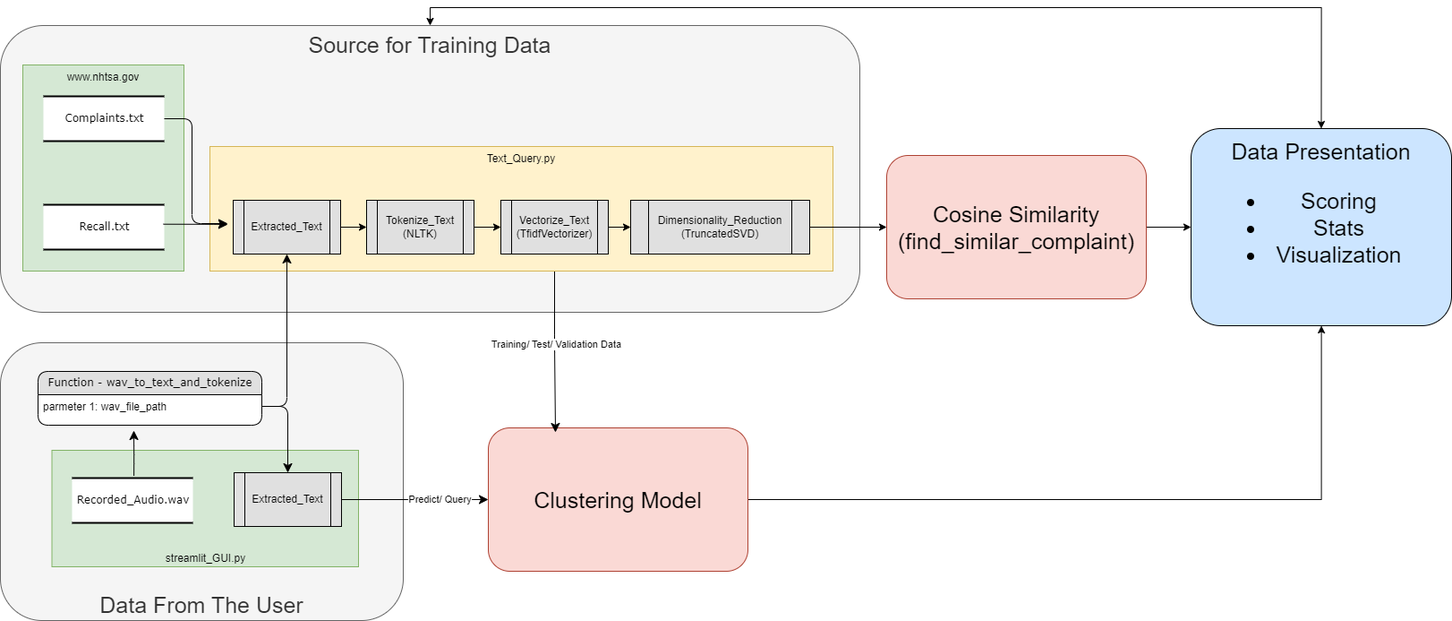
The draw.io diagram Resources/Project_Flow_Diagram.drawio.png in HJHUNT/SIADs_capstone_vehicle_complaints_and_recalls, before a commit. Source tidied: cells renumbered, new cells last; positions are measured from the earlier drawing's top-left corner, leaving out a move shared by most shapes.
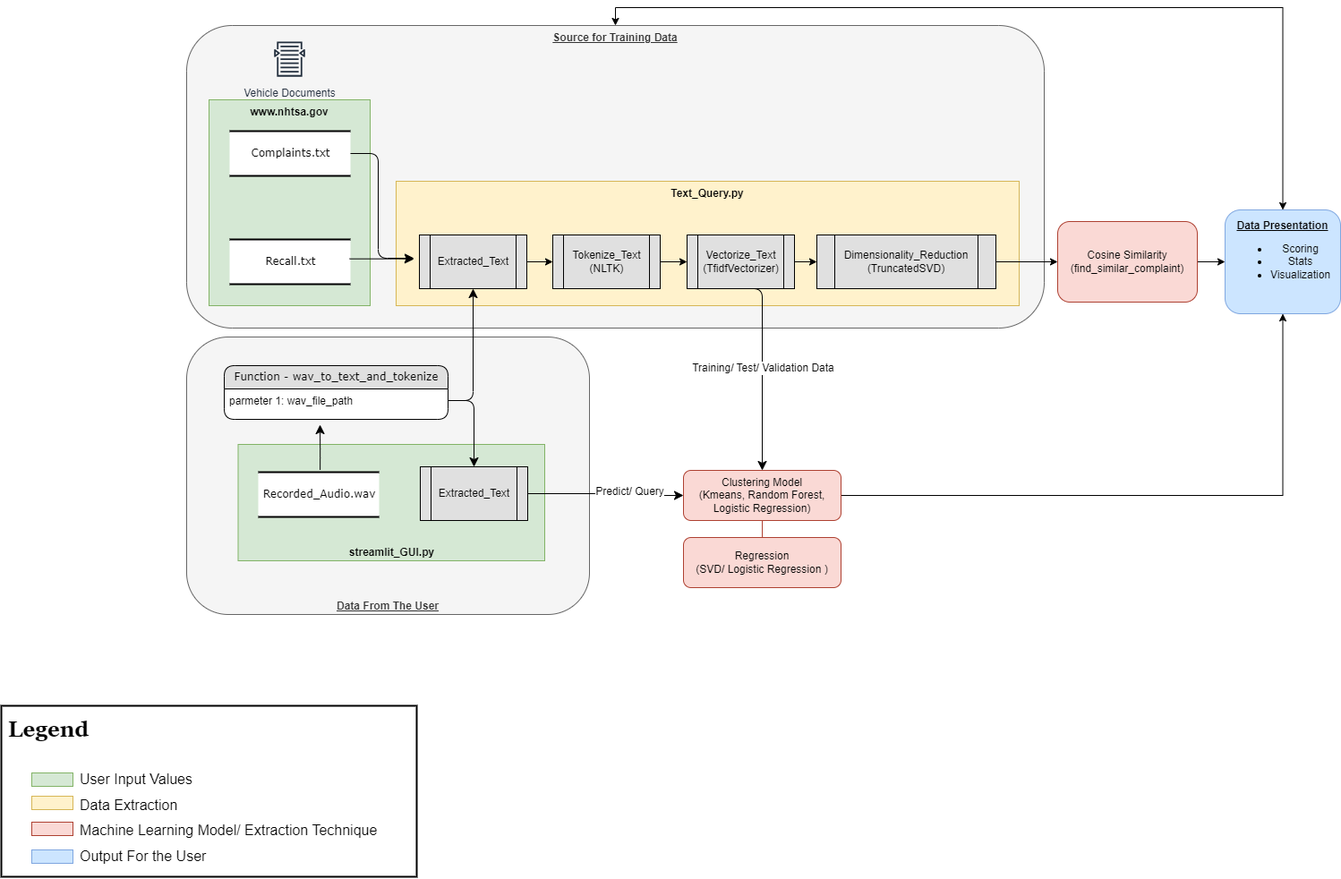
The same file after the commit.

Diff of the diagram source:
```diff
@@ -4,10 +4,10 @@
     <mxCell id="1" parent="0" />
-    <mxCell id="2" value="&lt;font style=&quot;font-size: 25px;&quot;&gt;Source for Training Data&lt;/font&gt;" style="rounded=1;whiteSpace=wrap;html=1;fillColor=#f5f5f5;fontColor=#333333;strokeColor=#666666;verticalAlign=top;" parent="1" vertex="1">
-      <mxGeometry width="960" height="320" as="geometry" />
+    <mxCell id="2" value="&lt;font style=&quot;font-size: 12px;&quot;&gt;&lt;b&gt;&lt;u&gt;Source for Training Data&lt;/u&gt;&lt;/b&gt;&lt;/font&gt;" style="rounded=1;whiteSpace=wrap;html=1;fillColor=#f5f5f5;fontColor=#333333;strokeColor=#666666;verticalAlign=top;" parent="1" vertex="1">
+      <mxGeometry x="1861" y="-88" width="958" height="338" as="geometry" />
     </mxCell>
-    <mxCell id="3" value="&lt;font style=&quot;font-size: 25px;&quot;&gt;Data From The User&lt;br&gt;&lt;/font&gt;" style="rounded=1;whiteSpace=wrap;html=1;fillColor=#f5f5f5;strokeColor=#666666;fontColor=#333333;verticalAlign=bottom;" parent="1" vertex="1">
-      <mxGeometry y="354" width="450" height="310" as="geometry" />
+    <mxCell id="3" value="&lt;font style=&quot;&quot;&gt;&lt;font style=&quot;font-size: 12px;&quot;&gt;&lt;b&gt;&lt;u&gt;Data From The User&lt;/u&gt;&lt;/b&gt;&lt;/font&gt;&lt;br&gt;&lt;/font&gt;" style="rounded=1;whiteSpace=wrap;html=1;fillColor=#f5f5f5;strokeColor=#666666;fontColor=#333333;verticalAlign=bottom;" parent="1" vertex="1">
+      <mxGeometry x="1861" y="260" width="450" height="310" as="geometry" />
     </mxCell>
     <mxCell id="4" value="Function -&amp;nbsp;wav_to_text_and_tokenize" style="swimlane;html=1;fontStyle=0;horizontal=1;startSize=26;fillColor=#e0e0e0;swimlaneFillColor=#ffffff;align=center;rounded=1;shadow=0;comic=0;labelBackgroundColor=none;strokeWidth=1;fontFamily=Verdana;fontSize=12;" parent="1" vertex="1">
-      <mxGeometry x="42" y="386" width="250" height="60" as="geometry" />
+      <mxGeometry x="1903" y="292" width="250" height="60" as="geometry" />
     </mxCell>
@@ -16,20 +16,10 @@
     </mxCell>
-    <mxCell id="6" style="edgeStyle=orthogonalEdgeStyle;rounded=0;jettySize=auto;html=1;" parent="1" edge="1" source="7" target="10">
-      <mxGeometry relative="1" as="geometry" />
-    </mxCell>
-    <mxCell id="7" value="&lt;font style=&quot;font-size: 25px;&quot;&gt;Clustering Model&lt;br&gt;&lt;/font&gt;" style="rounded=1;whiteSpace=wrap;html=1;fillColor=#fad9d5;strokeColor=#ae4132;" parent="1" vertex="1">
-      <mxGeometry x="545" y="449" width="290" height="160" as="geometry" />
-    </mxCell>
-    <mxCell id="8" style="edgeStyle=orthogonalEdgeStyle;html=1;labelBackgroundColor=none;startFill=0;startSize=8;endFill=1;endSize=8;fontFamily=Verdana;fontSize=12;exitX=0.5;exitY=1;exitDx=0;exitDy=0;" parent="1" edge="1" source="14">
-      <mxGeometry relative="1" as="geometry">
-        <mxPoint x="620" y="454" as="targetPoint" />
-      </mxGeometry>
-    </mxCell>
-    <mxCell id="9" value="Training/ Test/ Validation Data" style="edgeLabel;html=1;align=center;verticalAlign=middle;" parent="8" vertex="1">
-      <mxGeometry x="-0.01" y="-1" relative="1" as="geometry">
-        <mxPoint x="1" y="-1" as="offset" />
-      </mxGeometry>
-    </mxCell>
+    <mxCell id="36" style="edgeStyle=orthogonalEdgeStyle;rounded=0;jettySize=auto;html=1;" parent="1" edge="1" source="37" target="10">
+      <mxGeometry relative="1" as="geometry" />
+    </mxCell>
+    <mxCell id="37" value="&lt;font style=&quot;&quot;&gt;&lt;font style=&quot;font-size: 12px;&quot;&gt;Clustering Model&lt;br&gt;&lt;/font&gt;(Kmeans, Random Forest,&lt;/font&gt;&lt;div&gt;&lt;font style=&quot;&quot;&gt;Logistic Regression)&lt;br&gt;&lt;/font&gt;&lt;/div&gt;" style="rounded=1;whiteSpace=wrap;html=1;fillColor=#FAD9D5;strokeColor=#AE4132;" parent="1" vertex="1">
+      <mxGeometry x="2416" y="409" width="176" height="56" as="geometry" />
+    </mxCell>
-    <mxCell id="10" value="&lt;font style=&quot;font-size: 25px;&quot;&gt;Data Presentation&lt;br&gt;&lt;ul&gt;&lt;li&gt;&lt;font style=&quot;font-size: 25px;&quot;&gt;Scoring&lt;/font&gt;&lt;/li&gt;&lt;li&gt;&lt;font style=&quot;font-size: 25px;&quot;&gt;Stats&lt;/font&gt;&lt;/li&gt;&lt;li&gt;&lt;font style=&quot;font-size: 25px;&quot;&gt;Visualization&lt;/font&gt;&lt;/li&gt;&lt;/ul&gt;&lt;br&gt;&lt;/font&gt;" style="rounded=1;whiteSpace=wrap;html=1;fillColor=#CCE5FF;" parent="1" vertex="1">
-      <mxGeometry x="1330" y="115" width="291" height="220" as="geometry" />
+    <mxCell id="10" value="&lt;font style=&quot;font-size: 12px;&quot;&gt;&lt;b&gt;&lt;u&gt;Data Presentation&lt;/u&gt;&lt;/b&gt;&lt;br&gt;&lt;ul&gt;&lt;li&gt;&lt;font style=&quot;font-size: 12px;&quot;&gt;Scoring&lt;/font&gt;&lt;/li&gt;&lt;li&gt;&lt;font style=&quot;font-size: 12px;&quot;&gt;Stats&lt;/font&gt;&lt;/li&gt;&lt;li&gt;&lt;font style=&quot;font-size: 12px;&quot;&gt;Visualization&lt;/font&gt;&lt;/li&gt;&lt;/ul&gt;&lt;br&gt;&lt;/font&gt;" style="rounded=1;whiteSpace=wrap;html=1;fillColor=#CCE5FF;strokeColor=#7EA6E0;" parent="1" vertex="1">
+      <mxGeometry x="3021" y="118" width="129" height="116" as="geometry" />
     </mxCell>
@@ -38,4 +28,4 @@
     </mxCell>
-    <mxCell id="12" value="Text_Query.py" style="rounded=0;whiteSpace=wrap;html=1;verticalAlign=top;fillColor=#fff2cc;strokeColor=#d6b656;" parent="1" vertex="1">
-      <mxGeometry x="234" y="135" width="696" height="139" as="geometry" />
+    <mxCell id="12" value="&lt;b&gt;Text_Query.py&lt;/b&gt;" style="rounded=0;whiteSpace=wrap;html=1;verticalAlign=top;fillColor=#fff2cc;strokeColor=#D6B656;" parent="1" vertex="1">
+      <mxGeometry x="2095" y="86" width="696" height="139" as="geometry" />
     </mxCell>
@@ -45,58 +35,58 @@
     <mxCell id="14" value="Vectorize_Text&lt;br&gt;(TfidfVectorizer)" style="shape=process;whiteSpace=wrap;html=1;backgroundOutline=1;fillColor=#E0E0E0;" parent="1" vertex="1">
-      <mxGeometry x="559" y="195" width="120" height="60" as="geometry" />
+      <mxGeometry x="2420" y="146" width="120" height="60" as="geometry" />
     </mxCell>
-    <mxCell id="15" style="edgeStyle=orthogonalEdgeStyle;rounded=0;jettySize=auto;html=1;exitX=1;exitY=0.5;exitDx=0;exitDy=0;entryX=0;entryY=0.5;entryDx=0;entryDy=0;" parent="1" edge="1" source="16" target="30">
-      <mxGeometry relative="1" as="geometry" />
-    </mxCell>
-    <mxCell id="16" value="Extracted_Text" style="shape=process;whiteSpace=wrap;html=1;backgroundOutline=1;fillColor=#E0E0E0;" parent="1" vertex="1">
-      <mxGeometry x="260" y="195" width="120" height="60" as="geometry" />
-    </mxCell>
+    <mxCell id="38" style="edgeStyle=orthogonalEdgeStyle;rounded=0;jettySize=auto;html=1;exitX=1;exitY=0.5;exitDx=0;exitDy=0;entryX=0;entryY=0.5;entryDx=0;entryDy=0;" parent="1" edge="1" source="39" target="30">
+      <mxGeometry relative="1" as="geometry" />
+    </mxCell>
+    <mxCell id="39" value="Extracted_Text" style="shape=process;whiteSpace=wrap;html=1;backgroundOutline=1;fillColor=#E0E0E0;" parent="1" vertex="1">
+      <mxGeometry x="2121" y="146" width="120" height="60" as="geometry" />
+    </mxCell>
-    <mxCell id="17" value="www.nhtsa.gov" style="rounded=0;whiteSpace=wrap;html=1;verticalAlign=top;fillColor=#d5e8d4;strokeColor=#82b366;" parent="1" vertex="1">
-      <mxGeometry x="25" y="44" width="180" height="230" as="geometry" />
+    <mxCell id="17" value="&lt;b&gt;www.nhtsa.gov&lt;/b&gt;" style="rounded=0;whiteSpace=wrap;html=1;verticalAlign=top;fillColor=#d5e8d4;strokeColor=#82B366;" parent="1" vertex="1">
+      <mxGeometry x="1886" y="-5" width="180" height="230" as="geometry" />
     </mxCell>
     <mxCell id="18" value="Recall.txt" style="html=1;rounded=0;shadow=0;comic=0;labelBackgroundColor=none;strokeWidth=2;fontFamily=Verdana;fontSize=12;align=center;shape=mxgraph.ios7ui.horLines;" parent="1" vertex="1">
-      <mxGeometry x="48" y="200" width="135" height="50" as="geometry" />
+      <mxGeometry x="1909" y="151" width="135" height="50" as="geometry" />
     </mxCell>
     <mxCell id="19" value="Complaints.txt" style="html=1;rounded=0;shadow=0;comic=0;labelBackgroundColor=none;strokeWidth=2;fontFamily=Verdana;fontSize=12;align=center;shape=mxgraph.ios7ui.horLines;" parent="1" vertex="1">
-      <mxGeometry x="48" y="79" width="135" height="50" as="geometry" />
+      <mxGeometry x="1909" y="30" width="135" height="50" as="geometry" />
     </mxCell>
-    <mxCell id="20" style="edgeStyle=orthogonalEdgeStyle;html=1;labelBackgroundColor=none;startFill=0;startSize=8;endFill=1;endSize=8;fontFamily=Verdana;fontSize=12;" parent="1" edge="1" source="19">
-      <mxGeometry relative="1" as="geometry">
-        <mxPoint x="254" y="221" as="targetPoint" />
-        <Array as="points">
-          <mxPoint x="214" y="104" />
-          <mxPoint x="214" y="221" />
-        </Array>
-      </mxGeometry>
-    </mxCell>
-    <mxCell id="21" style="edgeStyle=orthogonalEdgeStyle;html=1;labelBackgroundColor=none;startFill=0;startSize=8;endFill=1;endSize=8;fontFamily=Verdana;fontSize=12;exitX=0.993;exitY=0.434;exitDx=0;exitDy=0;exitPerimeter=0;" parent="1" edge="1" source="18">
-      <mxGeometry relative="1" as="geometry">
-        <mxPoint x="254" y="221" as="targetPoint" />
-        <Array as="points">
-          <mxPoint x="238" y="221" />
-          <mxPoint x="238" y="222" />
-        </Array>
-      </mxGeometry>
-    </mxCell>
+    <mxCell id="40" style="edgeStyle=orthogonalEdgeStyle;html=1;labelBackgroundColor=none;startFill=0;startSize=8;endFill=1;endSize=8;fontFamily=Verdana;fontSize=12;" parent="1" edge="1" source="19">
+      <mxGeometry relative="1" as="geometry">
+        <mxPoint x="2115" y="172" as="targetPoint" />
+        <Array as="points">
+          <mxPoint x="2075" y="55" />
+          <mxPoint x="2075" y="172" />
+        </Array>
+      </mxGeometry>
+    </mxCell>
+    <mxCell id="41" style="edgeStyle=orthogonalEdgeStyle;html=1;labelBackgroundColor=none;startFill=0;startSize=8;endFill=1;endSize=8;fontFamily=Verdana;fontSize=12;exitX=0.993;exitY=0.434;exitDx=0;exitDy=0;exitPerimeter=0;" parent="1" edge="1" source="18">
+      <mxGeometry relative="1" as="geometry">
+        <mxPoint x="2115" y="172" as="targetPoint" />
+        <Array as="points">
+          <mxPoint x="2099" y="172" />
+          <mxPoint x="2099" y="173" />
+        </Array>
+      </mxGeometry>
+    </mxCell>
-    <mxCell id="22" value="streamlit_GUI.py" style="rounded=0;whiteSpace=wrap;html=1;verticalAlign=bottom;fillColor=#d5e8d4;strokeColor=#82b366;" parent="1" vertex="1">
-      <mxGeometry x="57.5" y="474" width="342.5" height="130" as="geometry" />
+    <mxCell id="22" value="&lt;b&gt;streamlit_GUI.py&lt;/b&gt;" style="rounded=0;whiteSpace=wrap;html=1;verticalAlign=bottom;fillColor=#d5e8d4;strokeColor=#82b366;" parent="1" vertex="1">
+      <mxGeometry x="1918.5" y="380" width="342.5" height="130" as="geometry" />
     </mxCell>
     <mxCell id="23" value="Recorded_Audio.wav" style="html=1;rounded=0;shadow=0;comic=0;labelBackgroundColor=none;strokeWidth=2;fontFamily=Verdana;fontSize=12;align=center;shape=mxgraph.ios7ui.horLines;" parent="1" vertex="1">
-      <mxGeometry x="80" y="505" width="135" height="50" as="geometry" />
+      <mxGeometry x="1941" y="411" width="135" height="50" as="geometry" />
     </mxCell>
-    <mxCell id="24" value="Extracted_Text" style="shape=process;whiteSpace=wrap;html=1;backgroundOutline=1;fillColor=#E0E0E0;" parent="1" vertex="1">
-      <mxGeometry x="261" y="499" width="120" height="60" as="geometry" />
-    </mxCell>
-    <mxCell id="25" style="edgeStyle=orthogonalEdgeStyle;html=1;labelBackgroundColor=none;startFill=0;startSize=8;endFill=1;endSize=8;fontFamily=Verdana;fontSize=12;exitX=0.512;exitY=-0.051;exitDx=0;exitDy=0;exitPerimeter=0;" parent="1" edge="1" source="23">
-      <mxGeometry relative="1" as="geometry">
-        <mxPoint x="149" y="452" as="targetPoint" />
-      </mxGeometry>
-    </mxCell>
-    <mxCell id="26" style="edgeStyle=orthogonalEdgeStyle;html=1;labelBackgroundColor=none;startFill=0;startSize=8;endFill=1;endSize=8;fontFamily=Verdana;fontSize=12;entryX=0.5;entryY=0;entryDx=0;entryDy=0;exitX=1;exitY=0.5;exitDx=0;exitDy=0;" parent="1" edge="1" source="5" target="24">
-      <mxGeometry relative="1" as="geometry" />
-    </mxCell>
-    <mxCell id="27" style="edgeStyle=orthogonalEdgeStyle;html=1;labelBackgroundColor=none;startFill=0;startSize=8;endFill=1;endSize=8;fontFamily=Verdana;fontSize=12;entryX=0;entryY=0.5;entryDx=0;entryDy=0;" parent="1" edge="1" source="24" target="7">
-      <mxGeometry relative="1" as="geometry" />
-    </mxCell>
+    <mxCell id="42" value="Extracted_Text" style="shape=process;whiteSpace=wrap;html=1;backgroundOutline=1;fillColor=#E0E0E0;" parent="1" vertex="1">
+      <mxGeometry x="2122" y="405" width="120" height="60" as="geometry" />
+    </mxCell>
+    <mxCell id="43" style="edgeStyle=orthogonalEdgeStyle;html=1;labelBackgroundColor=none;startFill=0;startSize=8;endFill=1;endSize=8;fontFamily=Verdana;fontSize=12;exitX=0.512;exitY=-0.051;exitDx=0;exitDy=0;exitPerimeter=0;" parent="1" edge="1" source="23">
+      <mxGeometry relative="1" as="geometry">
+        <mxPoint x="2010" y="358" as="targetPoint" />
+      </mxGeometry>
+    </mxCell>
+    <mxCell id="44" style="edgeStyle=orthogonalEdgeStyle;html=1;labelBackgroundColor=none;startFill=0;startSize=8;endFill=1;endSize=8;fontFamily=Verdana;fontSize=12;entryX=0.5;entryY=0;entryDx=0;entryDy=0;exitX=1;exitY=0.5;exitDx=0;exitDy=0;" parent="1" edge="1" source="5" target="42">
+      <mxGeometry relative="1" as="geometry" />
+    </mxCell>
+    <mxCell id="45" style="edgeStyle=orthogonalEdgeStyle;html=1;labelBackgroundColor=none;startFill=0;startSize=8;endFill=1;endSize=8;fontFamily=Verdana;fontSize=12;entryX=0;entryY=0.5;entryDx=0;entryDy=0;" parent="1" edge="1" source="42" target="37">
+      <mxGeometry relative="1" as="geometry" />
+    </mxCell>
-    <mxCell id="28" value="Predict/ Query" style="edgeLabel;html=1;align=center;verticalAlign=middle;" parent="27" vertex="1">
+    <mxCell id="28" value="&lt;font style=&quot;font-size: 12px;&quot;&gt;Predict/ Query&lt;/font&gt;" style="edgeLabel;html=1;align=center;verticalAlign=middle;" parent="45" vertex="1">
       <mxGeometry x="-0.01" y="-1" relative="1" as="geometry">
@@ -109,3 +99,3 @@
     <mxCell id="30" value="Tokenize_Text&lt;br&gt;(NLTK)" style="shape=process;whiteSpace=wrap;html=1;backgroundOutline=1;fillColor=#E0E0E0;" parent="1" vertex="1">
-      <mxGeometry x="409" y="195" width="120" height="60" as="geometry" />
+      <mxGeometry x="2270" y="146" width="120" height="60" as="geometry" />
     </mxCell>
@@ -115,7 +105,7 @@
     <mxCell id="32" value="Dimensionality_Reduction&lt;br&gt;(TruncatedSVD)" style="shape=process;whiteSpace=wrap;html=1;backgroundOutline=1;fillColor=#E0E0E0;" parent="1" vertex="1">
-      <mxGeometry x="704" y="195" width="200" height="60" as="geometry" />
+      <mxGeometry x="2565" y="146" width="200" height="60" as="geometry" />
     </mxCell>
-    <mxCell id="33" style="edgeStyle=orthogonalEdgeStyle;html=1;labelBackgroundColor=none;startFill=0;startSize=8;endFill=1;endSize=8;fontFamily=Verdana;fontSize=12;entryX=0.5;entryY=1;entryDx=0;entryDy=0;exitX=1;exitY=0.5;exitDx=0;exitDy=0;" parent="1" edge="1" source="5" target="16">
-      <mxGeometry relative="1" as="geometry" />
-    </mxCell>
+    <mxCell id="46" style="edgeStyle=orthogonalEdgeStyle;html=1;labelBackgroundColor=none;startFill=0;startSize=8;endFill=1;endSize=8;fontFamily=Verdana;fontSize=12;entryX=0.5;entryY=1;entryDx=0;entryDy=0;exitX=1;exitY=0.5;exitDx=0;exitDy=0;" parent="1" edge="1" source="5" target="39">
+      <mxGeometry relative="1" as="geometry" />
+    </mxCell>
     <mxCell id="34" style="edgeStyle=orthogonalEdgeStyle;rounded=0;jettySize=auto;html=1;exitX=1;exitY=0.5;exitDx=0;exitDy=0;entryX=0;entryY=0.5;entryDx=0;entryDy=0;" parent="1" edge="1" source="35" target="10">
@@ -123,5 +113,44 @@
     </mxCell>
-    <mxCell id="35" value="&lt;font style=&quot;font-size: 25px;&quot;&gt;Cosine Similarity&lt;br&gt;(find_similar_complaint&lt;/font&gt;&lt;span style=&quot;font-size: 25px; background-color: initial;&quot;&gt;)&lt;/span&gt;" style="rounded=1;whiteSpace=wrap;html=1;fillColor=#fad9d5;strokeColor=#ae4132;" parent="1" vertex="1">
-      <mxGeometry x="990" y="145" width="290" height="160" as="geometry" />
+    <mxCell id="35" value="&lt;font style=&quot;font-size: 12px;&quot;&gt;&lt;font style=&quot;font-size: 12px;&quot;&gt;Cosine Similarity&lt;br&gt;(find_similar_complaint&lt;/font&gt;&lt;span style=&quot;background-color: initial;&quot;&gt;)&lt;/span&gt;&lt;/font&gt;" style="rounded=1;whiteSpace=wrap;html=1;fillColor=#fad9d5;strokeColor=#AE4132;" parent="1" vertex="1">
+      <mxGeometry x="2834" y="131" width="156" height="90" as="geometry" />
     </mxCell>
+    <mxCell id="47" style="edgeStyle=orthogonalEdgeStyle;html=1;labelBackgroundColor=none;startFill=0;startSize=8;endFill=1;endSize=8;fontFamily=Verdana;fontSize=12;exitX=0.5;exitY=1;exitDx=0;exitDy=0;" parent="1" edge="1" source="14" target="37">
+      <mxGeometry relative="1" as="geometry">
+        <Array as="points">
+          <mxPoint x="2504" y="206" />
+        </Array>
+      </mxGeometry>
+    </mxCell>
+    <mxCell id="9" value="&lt;font style=&quot;font-size: 12px;&quot;&gt;Training/ Test/ Validation Data&lt;/font&gt;" style="edgeLabel;html=1;align=center;verticalAlign=middle;" parent="47" vertex="1">
+      <mxGeometry x="-0.01" y="-1" relative="1" as="geometry">
+        <mxPoint x="1" y="-1" as="offset" />
+      </mxGeometry>
+    </mxCell>
+    <mxCell id="48" style="group;" parent="1" vertex="1">
+      <mxGeometry x="1670" y="674" width="464" height="191" as="geometry" />
+    </mxCell>
+    <mxCell id="49" value="&lt;h1 style=&quot;margin-top: 0px;&quot;&gt;&lt;font face=&quot;Georgia&quot;&gt;Legend&lt;/font&gt;&lt;/h1&gt;&lt;h1 style=&quot;margin-top: 0px;&quot;&gt;&lt;ul&gt;&lt;ul&gt;&lt;li&gt;&lt;span style=&quot;background-color: transparent; color: light-dark(rgb(0, 0, 0), rgb(237, 237, 237)); white-space-collapse: preserve; font-weight: normal;&quot;&gt;&lt;font style=&quot;font-size: 16px;&quot;&gt;User Input Values&lt;/font&gt;&lt;/span&gt;&lt;/li&gt;&lt;li&gt;&lt;span style=&quot;background-color: transparent; color: light-dark(rgb(0, 0, 0), rgb(237, 237, 237)); white-space-collapse: preserve; font-weight: normal;&quot;&gt;&lt;font style=&quot;font-size: 16px;&quot;&gt;Data Extraction&lt;/font&gt;&lt;/span&gt;&lt;/li&gt;&lt;li&gt;&lt;span style=&quot;font-weight: 400; white-space-collapse: preserve;&quot;&gt;&lt;font style=&quot;font-size: 16px;&quot;&gt;Machine Learning Model/ Extraction Technique&lt;/font&gt;&lt;/span&gt;&lt;/li&gt;&lt;li&gt;&lt;span style=&quot;font-weight: 400; white-space-collapse: preserve;&quot;&gt;&lt;font style=&quot;font-size: 16px;&quot;&gt;Output For the User&lt;/font&gt;&lt;/span&gt;&lt;/li&gt;&lt;/ul&gt;&lt;/ul&gt;&lt;/h1&gt;" style="text;html=1;whiteSpace=wrap;overflow=hidden;rounded=0;spacing=8;strokeWidth=2;strokeColor=default;" parent="48" vertex="1">
+      <mxGeometry x="-16" y="-2" width="464" height="191" as="geometry" />
+    </mxCell>
+    <mxCell id="50" style="rounded=0;whiteSpace=wrap;html=1;verticalAlign=bottom;fillColor=#d5e8d4;strokeColor=#82b366;" parent="48" vertex="1">
+      <mxGeometry x="18" y="73" width="46" height="15" as="geometry" />
+    </mxCell>
+    <mxCell id="51" style="rounded=0;whiteSpace=wrap;html=1;verticalAlign=bottom;fillColor=#FFF2CC;strokeColor=#D6B656;" parent="48" vertex="1">
+      <mxGeometry x="18" y="99" width="46" height="15" as="geometry" />
+    </mxCell>
+    <mxCell id="52" style="rounded=0;whiteSpace=wrap;html=1;verticalAlign=bottom;fillColor=#FAD9D5;strokeColor=#AE4132;" parent="48" vertex="1">
+      <mxGeometry x="18" y="128" width="46" height="15" as="geometry" />
+    </mxCell>
+    <mxCell id="53" style="rounded=0;whiteSpace=wrap;html=1;verticalAlign=bottom;fillColor=#CCE5FF;strokeColor=#7EA6E0;" parent="48" vertex="1">
+      <mxGeometry x="18" y="159" width="46" height="15" as="geometry" />
+    </mxCell>
+    <mxCell id="54" value="Vehicle Documents" style="sketch=0;fontColor=#232F3E;gradientColor=none;strokeColor=#232F3E;fillColor=none;dashed=0;verticalLabelPosition=bottom;verticalAlign=top;align=center;html=1;fontSize=12;fontStyle=0;shape=mxgraph.aws4.resourceIcon;resIcon=mxgraph.aws4.search_documents;" parent="1" vertex="1">
+      <mxGeometry x="1951.5" y="-75" width="49" height="49" as="geometry" />
+    </mxCell>
+    <mxCell id="55" value="&lt;font style=&quot;&quot;&gt;&lt;font style=&quot;font-size: 12px;&quot;&gt;Regression&lt;br&gt;&lt;/font&gt;(SVD/ Logistic Regression&amp;nbsp;&lt;/font&gt;&lt;span style=&quot;background-color: transparent; color: light-dark(rgb(0, 0, 0), rgb(255, 255, 255));&quot;&gt;)&lt;/span&gt;" style="rounded=1;whiteSpace=wrap;html=1;fillColor=#FAD9D5;strokeColor=#AE4132;" parent="1" vertex="1">
+      <mxGeometry x="2416" y="484" width="176" height="56" as="geometry" />
+    </mxCell>
+    <mxCell id="56" style="edgeStyle=orthogonalEdgeStyle;rounded=0;jettySize=auto;html=1;exitX=0.5;exitY=0;exitDx=0;exitDy=0;entryX=0.5;entryY=1;entryDx=0;entryDy=0;endArrow=none;startFill=0;strokeColor=#AE4132;" parent="1" edge="1" source="55" target="37">
+      <mxGeometry relative="1" as="geometry" />
+    </mxCell>
   </root>
```
